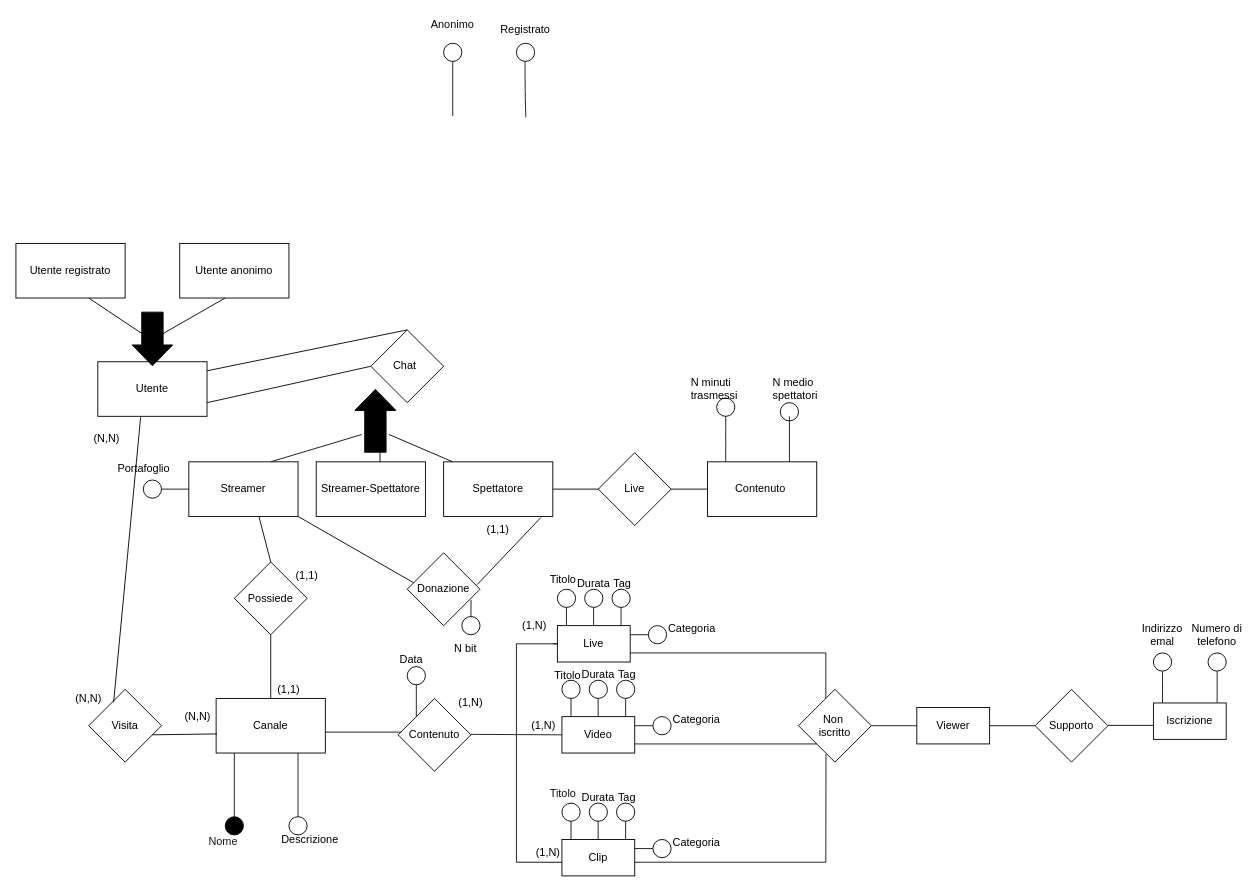
This is e-r_revised_hypothesis.drawio from Popper002/Streaming-Service-Db-project-unito, a draw.io file, before an edit. Source tidied: cells renumbered, new cells numbered last; positions are measured from the earlier drawing's top-left corner, leaving out a move shared by most shapes. Both pictures are drawn from the tidied source at 91%, with x=0, y=0 at pixel (15, 15).
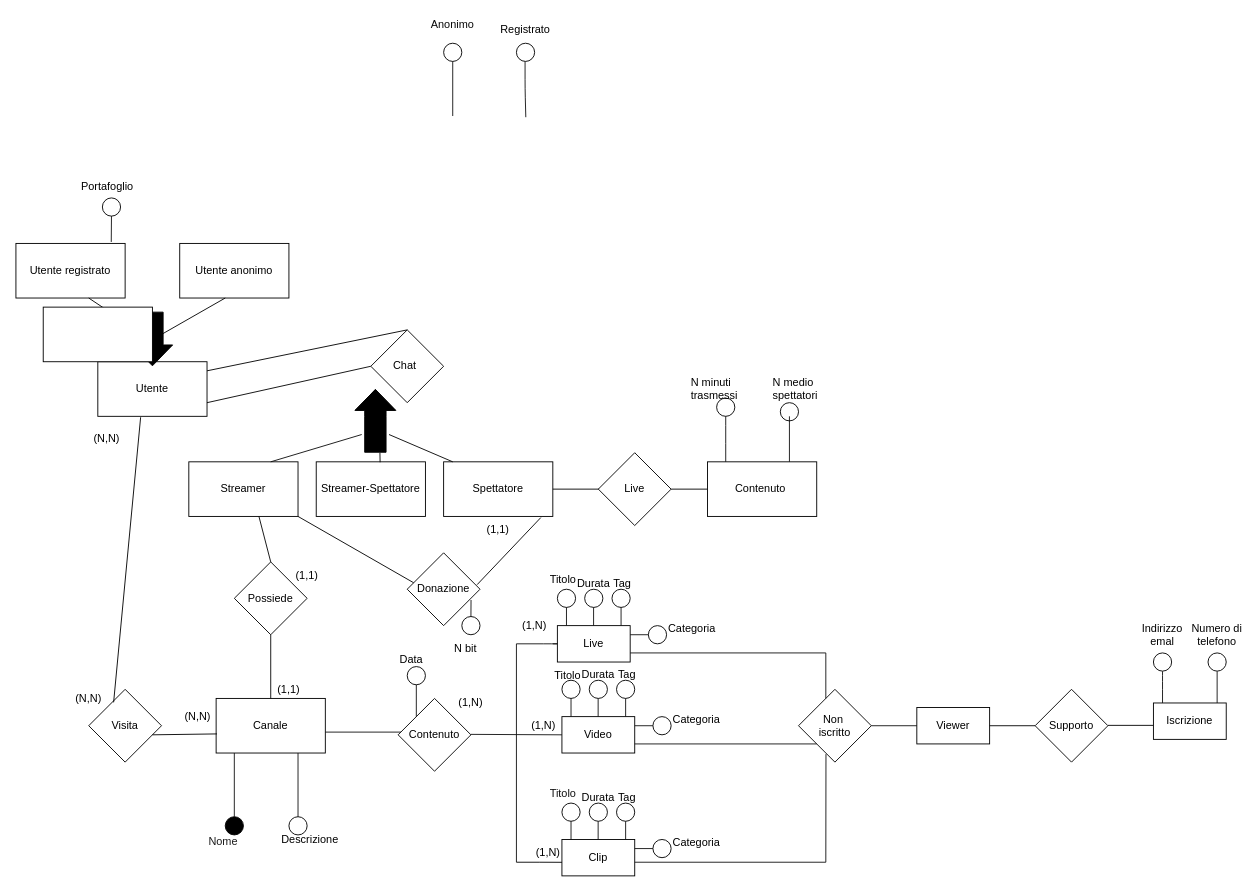
After the change.

Commit message (it also covers changes not shown here):
solved latex error, small change in er hypothesis

Unchanged cells that the change refers to:
```xml
<mxCell id="7" value="Streamer" style="rounded=0;whiteSpace=wrap;html=1;" parent="1" vertex="1">
  <mxGeometry x="190" y="490" width="120" height="60" as="geometry" />
</mxCell>
<mxCell id="124" value="Utente registrato" style="rounded=0;whiteSpace=wrap;html=1;" parent="1" vertex="1">
  <mxGeometry y="250" width="120" height="60" as="geometry" />
</mxCell>
```

Change to the diagram source:
```diff
@@
-    <mxCell id="22" style="endArrow=none;html=1;fontColor=default;labelBackgroundColor=default;strokeColor=#121212;strokeWidth=1;entryX=0;entryY=0.5;entryDx=0;entryDy=0;" parent="1" edge="1" target="7">
+    <mxCell id="22" style="endArrow=none;html=1;fontColor=default;labelBackgroundColor=default;strokeColor=#121212;strokeWidth=1;entryX=0.873;entryY=-0.027;entryDx=0;entryDy=0;entryPerimeter=0;" parent="1" edge="1" target="124">
       <mxGeometry relative="1" as="geometry">
-        <mxPoint x="160" y="520" as="sourcePoint" />
+        <mxPoint x="105" y="220" as="sourcePoint" />
       </mxGeometry>
     </mxCell>
     <mxCell id="23" style="ellipse;whiteSpace=wrap;html=1;fillColor=none;strokeColor=#000000;" parent="1" vertex="1">
-      <mxGeometry x="140" y="510" width="20" height="20" as="geometry" />
+      <mxGeometry x="95" y="200" width="20" height="20" as="geometry" />
     </mxCell>
     <mxCell id="24" value="&lt;font color=&quot;#000000&quot;&gt;Portafoglio&lt;br&gt;&lt;br&gt;&lt;/font&gt;" style="text;html=1;strokeColor=none;fillColor=none;align=left;verticalAlign=middle;whiteSpace=wrap;rounded=0;" parent="1" vertex="1">
-      <mxGeometry x="110" y="490" width="60" height="30" as="geometry" />
+      <mxGeometry x="70" y="180" width="60" height="30" as="geometry" />
     </mxCell>
@@
+    <mxCell id="144" style="whiteSpace=wrap;html=1;" parent="1" vertex="1">
+      <mxGeometry x="30" y="320" width="120" height="60" as="geometry" />
+    </mxCell>
```
